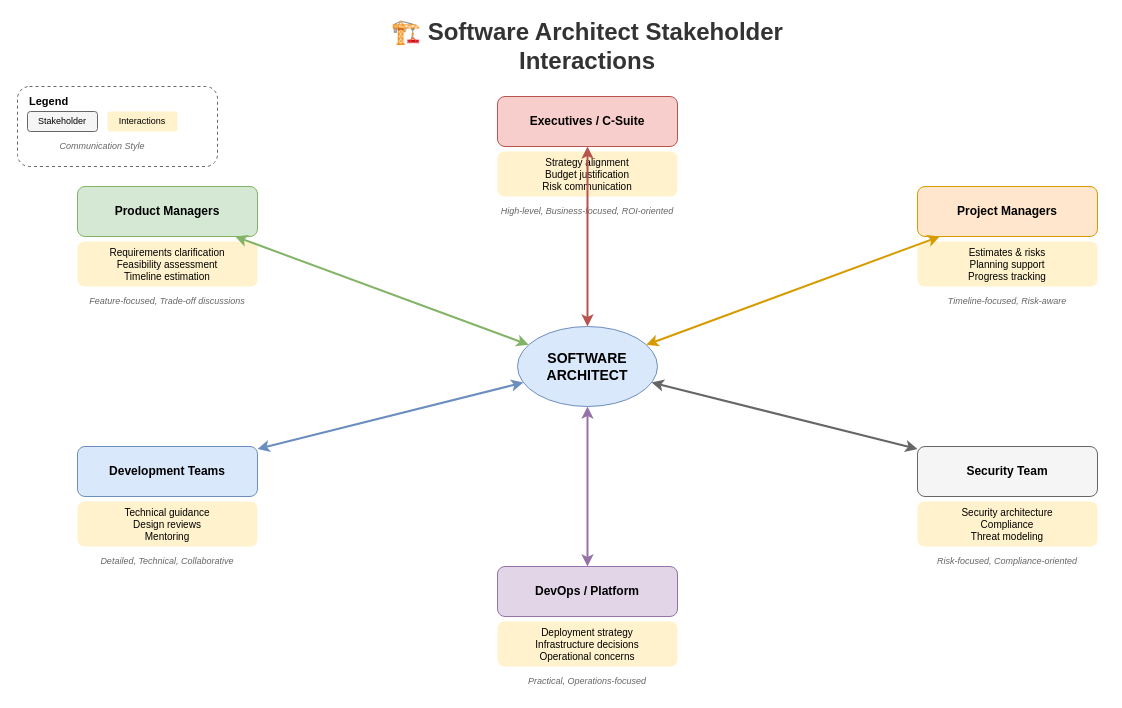
MrParkerZ7/document-lesson-software-architect-x-claude keeps this draw.io diagram as lesson-00-software-architect-overview/01-how-a-software-architect-works/1.5-stakeholder-interactions.drawio. Above is the earlier version. Source tidied: cells renumbered, new cells numbered last; positions are measured from the earlier drawing's top-left corner, leaving out a move shared by most shapes. Both pictures are drawn from the tidied source at 100%, with x=0, y=0 at pixel (17, 26).
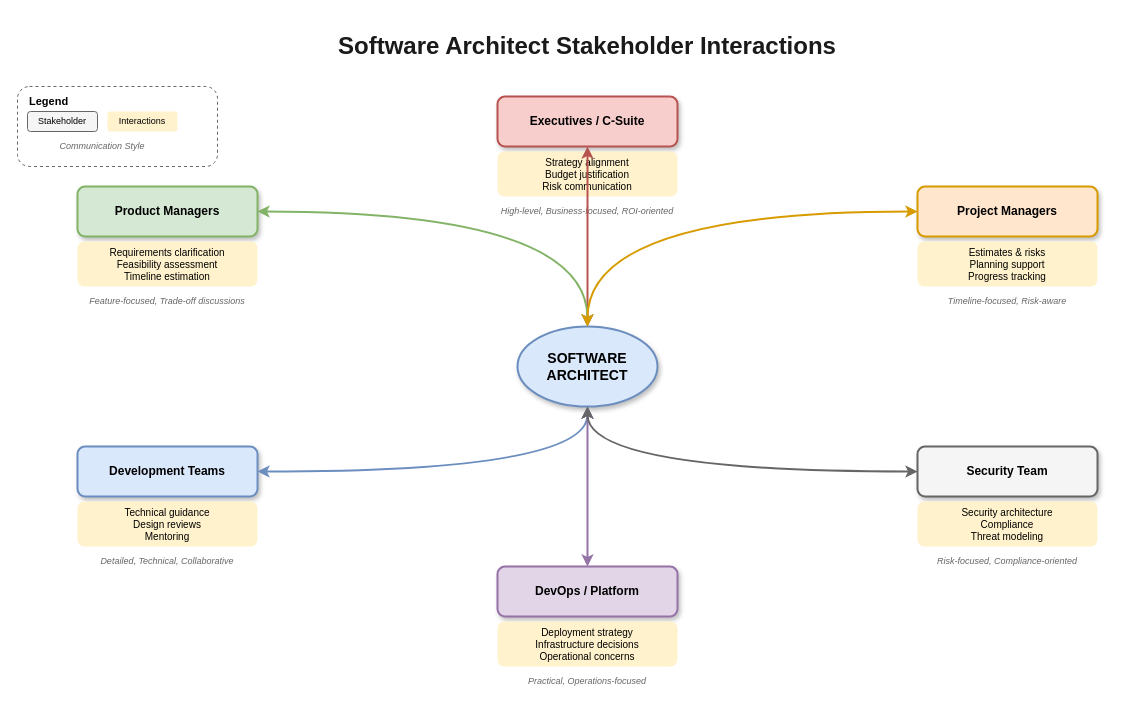
After the change.

Change to the diagram source:
```diff
@@
-    <mxCell id="2" value="🏗️ Software Architect Stakeholder Interactions" style="text;html=1;strokeColor=none;fillColor=none;align=center;verticalAlign=middle;whiteSpace=wrap;rounded=0;fontSize=24;fontStyle=1;fontColor=#333333;" parent="1" vertex="1">
+    <mxCell id="2" value="Software Architect Stakeholder Interactions" style="text;html=1;strokeColor=none;fillColor=none;align=center;verticalAlign=middle;whiteSpace=wrap;rounded=0;fontSize=24;fontStyle=1;fontColor=#1a1a1a;" parent="1" vertex="1">
       <mxGeometry x="320" width="500" height="40" as="geometry" />
     </mxCell>
-    <mxCell id="3" value="SOFTWARE&#10;ARCHITECT" style="ellipse;whiteSpace=wrap;html=1;fillColor=#dae8fc;strokeColor=#6c8ebf;fontSize=14;fontStyle=1;" parent="1" vertex="1">
+    <mxCell id="3" value="SOFTWARE&#10;ARCHITECT" style="ellipse;whiteSpace=wrap;html=1;fillColor=#dae8fc;strokeColor=#6c8ebf;fontSize=14;fontStyle=1;shadow=1;strokeWidth=2;" parent="1" vertex="1">
       <mxGeometry x="500" y="300" width="140" height="80" as="geometry" />
     </mxCell>
-    <mxCell id="4" value="Executives / C-Suite" style="rounded=1;whiteSpace=wrap;html=1;fillColor=#f8cecc;strokeColor=#b85450;fontSize=12;fontStyle=1;" parent="1" vertex="1">
+    <mxCell id="4" value="Executives / C-Suite" style="rounded=1;whiteSpace=wrap;html=1;fillColor=#f8cecc;strokeColor=#b85450;fontSize=12;fontStyle=1;shadow=1;strokeWidth=2;" parent="1" vertex="1">
       <mxGeometry x="480" y="70" width="180" height="50" as="geometry" />
     </mxCell>
@@
-    <mxCell id="7" style="edgeStyle=none;rounded=1;html=1;strokeColor=#b85450;strokeWidth=2;endArrow=classic;endFill=1;startArrow=classic;startFill=1;" parent="1" edge="1" source="4" target="3">
+    <mxCell id="7" style="edgeStyle=orthogonalEdgeStyle;curved=1;rounded=1;html=1;strokeColor=#b85450;strokeWidth=2;endArrow=classic;endFill=1;startArrow=classic;startFill=1;jumpStyle=arc;jumpSize=10;" parent="1" edge="1" source="4" target="3">
       <mxGeometry relative="1" as="geometry" />
     </mxCell>
-    <mxCell id="8" value="Product Managers" style="rounded=1;whiteSpace=wrap;html=1;fillColor=#d5e8d4;strokeColor=#82b366;fontSize=12;fontStyle=1;" parent="1" vertex="1">
+    <mxCell id="8" value="Product Managers" style="rounded=1;whiteSpace=wrap;html=1;fillColor=#d5e8d4;strokeColor=#82b366;fontSize=12;fontStyle=1;shadow=1;strokeWidth=2;" parent="1" vertex="1">
       <mxGeometry x="60" y="160" width="180" height="50" as="geometry" />
     </mxCell>
@@
-    <mxCell id="11" style="edgeStyle=none;rounded=1;html=1;strokeColor=#82b366;strokeWidth=2;endArrow=classic;endFill=1;startArrow=classic;startFill=1;" parent="1" edge="1" source="8" target="3">
+    <mxCell id="11" style="edgeStyle=orthogonalEdgeStyle;curved=1;rounded=1;html=1;strokeColor=#82b366;strokeWidth=2;endArrow=classic;endFill=1;startArrow=classic;startFill=1;jumpStyle=arc;jumpSize=10;" parent="1" edge="1" source="8" target="3">
       <mxGeometry relative="1" as="geometry" />
     </mxCell>
-    <mxCell id="12" value="Development Teams" style="rounded=1;whiteSpace=wrap;html=1;fillColor=#dae8fc;strokeColor=#6c8ebf;fontSize=12;fontStyle=1;" parent="1" vertex="1">
+    <mxCell id="12" value="Development Teams" style="rounded=1;whiteSpace=wrap;html=1;fillColor=#dae8fc;strokeColor=#6c8ebf;fontSize=12;fontStyle=1;shadow=1;strokeWidth=2;" parent="1" vertex="1">
       <mxGeometry x="60" y="420" width="180" height="50" as="geometry" />
     </mxCell>
@@
-    <mxCell id="15" style="edgeStyle=none;rounded=1;html=1;strokeColor=#6c8ebf;strokeWidth=2;endArrow=classic;endFill=1;startArrow=classic;startFill=1;" parent="1" edge="1" source="12" target="3">
+    <mxCell id="15" style="edgeStyle=orthogonalEdgeStyle;curved=1;rounded=1;html=1;strokeColor=#6c8ebf;strokeWidth=2;endArrow=classic;endFill=1;startArrow=classic;startFill=1;jumpStyle=arc;jumpSize=10;" parent="1" edge="1" source="12" target="3">
       <mxGeometry relative="1" as="geometry" />
     </mxCell>
-    <mxCell id="16" value="Project Managers" style="rounded=1;whiteSpace=wrap;html=1;fillColor=#ffe6cc;strokeColor=#d79b00;fontSize=12;fontStyle=1;" parent="1" vertex="1">
+    <mxCell id="16" value="Project Managers" style="rounded=1;whiteSpace=wrap;html=1;fillColor=#ffe6cc;strokeColor=#d79b00;fontSize=12;fontStyle=1;shadow=1;strokeWidth=2;" parent="1" vertex="1">
       <mxGeometry x="900" y="160" width="180" height="50" as="geometry" />
     </mxCell>
@@
-    <mxCell id="19" style="edgeStyle=none;rounded=1;html=1;strokeColor=#d79b00;strokeWidth=2;endArrow=classic;endFill=1;startArrow=classic;startFill=1;" parent="1" edge="1" source="16" target="3">
+    <mxCell id="19" style="edgeStyle=orthogonalEdgeStyle;curved=1;rounded=1;html=1;strokeColor=#d79b00;strokeWidth=2;endArrow=classic;endFill=1;startArrow=classic;startFill=1;jumpStyle=arc;jumpSize=10;" parent="1" edge="1" source="16" target="3">
       <mxGeometry relative="1" as="geometry" />
     </mxCell>
-    <mxCell id="20" value="DevOps / Platform" style="rounded=1;whiteSpace=wrap;html=1;fillColor=#e1d5e7;strokeColor=#9673a6;fontSize=12;fontStyle=1;" parent="1" vertex="1">
+    <mxCell id="20" value="DevOps / Platform" style="rounded=1;whiteSpace=wrap;html=1;fillColor=#e1d5e7;strokeColor=#9673a6;fontSize=12;fontStyle=1;shadow=1;strokeWidth=2;" parent="1" vertex="1">
       <mxGeometry x="480" y="540" width="180" height="50" as="geometry" />
     </mxCell>
@@
-    <mxCell id="23" style="edgeStyle=none;rounded=1;html=1;strokeColor=#9673a6;strokeWidth=2;endArrow=classic;endFill=1;startArrow=classic;startFill=1;" parent="1" edge="1" source="20" target="3">
+    <mxCell id="23" style="edgeStyle=orthogonalEdgeStyle;curved=1;rounded=1;html=1;strokeColor=#9673a6;strokeWidth=2;endArrow=classic;endFill=1;startArrow=classic;startFill=1;jumpStyle=arc;jumpSize=10;" parent="1" edge="1" source="20" target="3">
       <mxGeometry relative="1" as="geometry" />
     </mxCell>
-    <mxCell id="24" value="Security Team" style="rounded=1;whiteSpace=wrap;html=1;fillColor=#f5f5f5;strokeColor=#666666;fontSize=12;fontStyle=1;" parent="1" vertex="1">
+    <mxCell id="24" value="Security Team" style="rounded=1;whiteSpace=wrap;html=1;fillColor=#f5f5f5;strokeColor=#666666;fontSize=12;fontStyle=1;shadow=1;strokeWidth=2;" parent="1" vertex="1">
       <mxGeometry x="900" y="420" width="180" height="50" as="geometry" />
     </mxCell>
@@
-    <mxCell id="27" style="edgeStyle=none;rounded=1;html=1;strokeColor=#666666;strokeWidth=2;endArrow=classic;endFill=1;startArrow=classic;startFill=1;" parent="1" edge="1" source="24" target="3">
+    <mxCell id="27" style="edgeStyle=orthogonalEdgeStyle;curved=1;rounded=1;html=1;strokeColor=#666666;strokeWidth=2;endArrow=classic;endFill=1;startArrow=classic;startFill=1;jumpStyle=arc;jumpSize=10;" parent="1" edge="1" source="24" target="3">
       <mxGeometry relative="1" as="geometry" />
     </mxCell>
```
